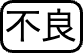
Before: bt2.drawio.png, a diagram exported from draw.io (ma38-ztmy/sand-cat-license). Source tidied: cells renumbered, new cells last; positions are measured from the earlier drawing's top-left corner, leaving out a move shared by most shapes. Source of this version:
```xml
<mxGraphModel>
  <root>
    <mxCell id="0" />
    <mxCell id="1" parent="0" />
    <mxCell id="2" value="&lt;font style=&quot;font-size: 36px;&quot;&gt;不良&lt;/font&gt;" style="rounded=1;whiteSpace=wrap;html=1;arcSize=22;strokeWidth=3;" parent="1" vertex="1">
      <mxGeometry width="80" height="50" as="geometry" />
    </mxCell>
  </root>
</mxGraphModel>
```
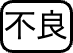
Above is the later version.

The edit, as a diff of the source:
```diff
@@ -2,8 +2,8 @@
   <root>
     <mxCell id="0" />
     <mxCell id="1" parent="0" />
-    <mxCell id="2" value="&lt;font style=&quot;font-size: 36px;&quot;&gt;不良&lt;/font&gt;" style="rounded=1;whiteSpace=wrap;html=1;arcSize=22;strokeWidth=3;" parent="1" vertex="1">
-      <mxGeometry width="80" height="50" as="geometry" />
+    <mxCell id="2" value="&lt;font style=&quot;font-size: 32px;&quot;&gt;不良&lt;/font&gt;" style="rounded=1;whiteSpace=wrap;html=1;arcSize=22;strokeWidth=3;" parent="1" vertex="1">
+      <mxGeometry width="70" height="50" as="geometry" />
     </mxCell>
   </root>
 </mxGraphModel>
```
